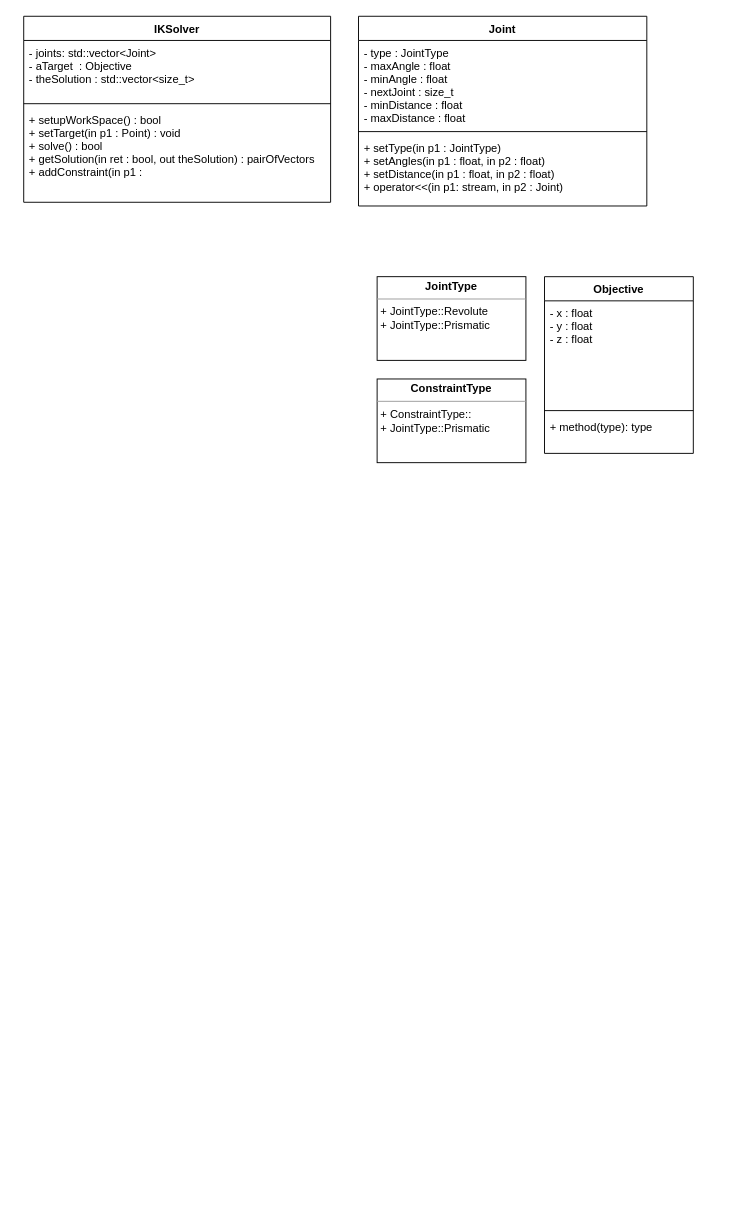
Earlier version of the draw.io diagram UMLDiagrams/test.drawio (JameelJamous/MyIKSolver). Source tidied: cells renumbered, new cells numbered last; positions are measured from the earlier drawing's top-left corner, leaving out a move shared by most shapes. Both pictures are drawn from the tidied source at 93%, with x=0, y=0 at pixel (23, 16).
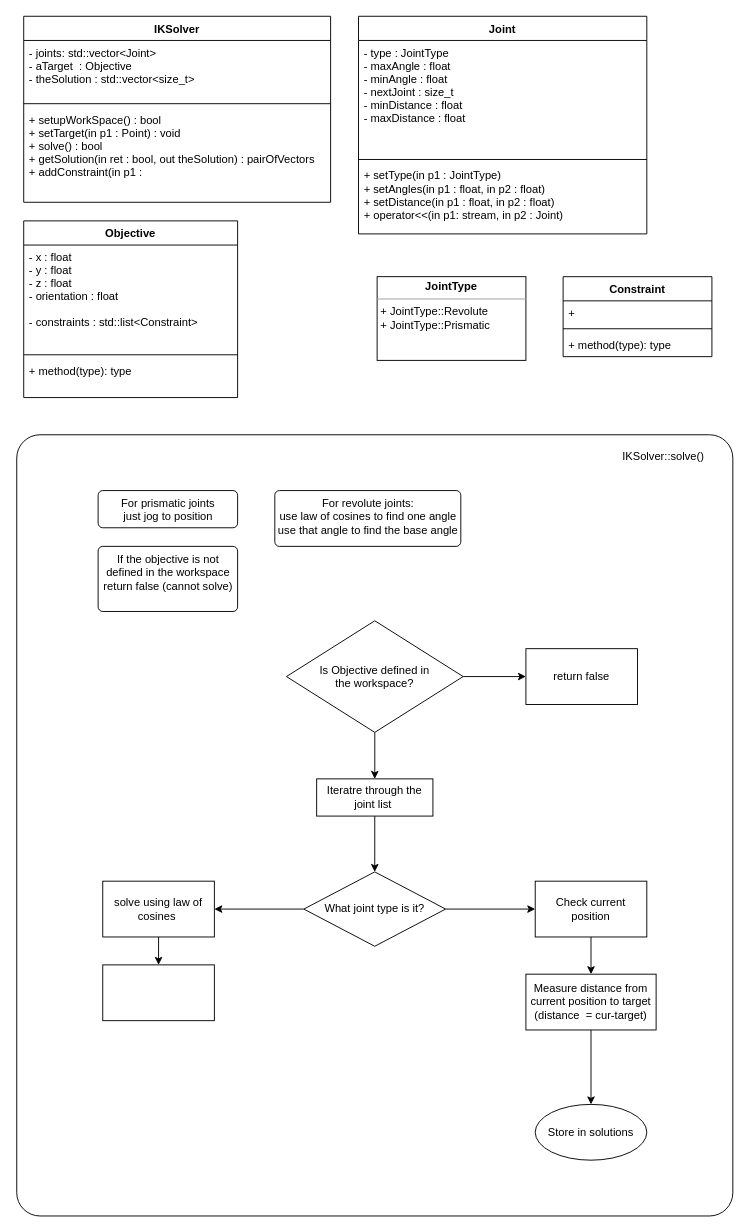
Above is the later version.

Commit message:
added solve algorithm

What changed in the source:
```diff
@@
     <mxCell id="6" value="Joint&#10;" style="swimlane;fontStyle=1;align=center;verticalAlign=top;horizontal=1;startSize=26;" parent="1" vertex="1">
-      <mxGeometry x="360" width="310" height="204" as="geometry" />
+      <mxGeometry x="360" width="310" height="234" as="geometry" />
     </mxCell>
     <mxCell id="7" value="- type : JointType&#10;- maxAngle : float&#10;- minAngle : float&#10;- nextJoint : size_t &#10;- minDistance : float&#10;- maxDistance : float" style="text;strokeColor=none;fillColor=none;align=left;verticalAlign=top;spacingLeft=4;spacingRight=4;overflow=hidden;" parent="6" vertex="1">
-      <mxGeometry y="26" width="310" height="94" as="geometry" />
+      <mxGeometry y="26" width="310" height="124" as="geometry" />
     </mxCell>
     <mxCell id="8" style="line;strokeWidth=1;fillColor=none;align=left;verticalAlign=middle;spacingTop=-1;spacingLeft=3;spacingRight=3;labelPosition=right;" parent="6" vertex="1">
-      <mxGeometry y="120" width="310" height="8" as="geometry" />
+      <mxGeometry y="150" width="310" height="8" as="geometry" />
     </mxCell>
     <mxCell id="9" value="+ setType(in p1 : JointType)&#10;+ setAngles(in p1 : float, in p2 : float)&#10;+ setDistance(in p1 : float, in p2 : float)&#10;+ operator&lt;&lt;(in p1: stream, in p2 : Joint) " style="text;strokeColor=none;fillColor=none;align=left;verticalAlign=top;spacingLeft=4;spacingRight=4;overflow=hidden;" parent="6" vertex="1">
-      <mxGeometry y="128" width="310" height="76" as="geometry" />
+      <mxGeometry y="158" width="310" height="76" as="geometry" />
     </mxCell>
     <mxCell id="10" value="Objective" style="swimlane;fontStyle=1;align=center;verticalAlign=top;horizontal=1;startSize=26;" parent="1" vertex="1">
-      <mxGeometry x="560" y="280" width="160" height="190" as="geometry" />
+      <mxGeometry y="220" width="230" height="190" as="geometry" />
     </mxCell>
-    <mxCell id="11" value="- x : float&#10;- y : float&#10;- z : float &#10;" style="text;strokeColor=none;fillColor=none;align=left;verticalAlign=top;spacingLeft=4;spacingRight=4;overflow=hidden;" parent="10" vertex="1">
-      <mxGeometry y="26" width="160" height="114" as="geometry" />
+    <mxCell id="11" value="- x : float&#10;- y : float&#10;- z : float &#10;- orientation : float&#10;&#10;- constraints : std::list&lt;Constraint&gt;" style="text;strokeColor=none;fillColor=none;align=left;verticalAlign=top;spacingLeft=4;spacingRight=4;overflow=hidden;" parent="10" vertex="1">
+      <mxGeometry y="26" width="230" height="114" as="geometry" />
     </mxCell>
     <mxCell id="12" style="line;strokeWidth=1;fillColor=none;align=left;verticalAlign=middle;spacingTop=-1;spacingLeft=3;spacingRight=3;labelPosition=right;" parent="10" vertex="1">
-      <mxGeometry y="140" width="160" height="8" as="geometry" />
+      <mxGeometry y="140" width="230" height="8" as="geometry" />
     </mxCell>
     <mxCell id="13" value="+ method(type): type" style="text;strokeColor=none;fillColor=none;align=left;verticalAlign=top;spacingLeft=4;spacingRight=4;overflow=hidden;" parent="10" vertex="1">
-      <mxGeometry y="148" width="160" height="42" as="geometry" />
+      <mxGeometry y="148" width="230" height="42" as="geometry" />
     </mxCell>
@@
-    <mxCell id="15" value="&lt;p style=&quot;margin: 0px ; margin-top: 4px ; text-align: center&quot;&gt;&lt;b&gt;ConstraintType&lt;/b&gt;&lt;/p&gt;&lt;hr size=&quot;1&quot;&gt;&lt;p style=&quot;margin: 0px ; margin-left: 4px&quot;&gt;+ ConstraintType::&lt;/p&gt;&lt;p style=&quot;margin: 0px ; margin-left: 4px&quot;&gt;&lt;span&gt;+ JointType::Prismatic&lt;/span&gt;&lt;/p&gt;&lt;p style=&quot;margin: 0px ; margin-left: 4px&quot;&gt;&lt;br&gt;&lt;/p&gt;" style="verticalAlign=top;align=left;overflow=fill;fontSize=12;fontFamily=Helvetica;html=1;" parent="1" vertex="1">
-      <mxGeometry x="380" y="390" width="160" height="90" as="geometry" />
+    <mxCell id="15" value="Constraint" style="swimlane;fontStyle=1;align=center;verticalAlign=top;horizontal=1;startSize=26;" parent="1" vertex="1">
+      <mxGeometry x="580" y="280" width="160" height="86" as="geometry" />
     </mxCell>
+    <mxCell id="16" value="+ " style="text;strokeColor=none;fillColor=none;align=left;verticalAlign=top;spacingLeft=4;spacingRight=4;overflow=hidden;" parent="15" vertex="1">
+      <mxGeometry y="26" width="160" height="26" as="geometry" />
+    </mxCell>
+    <mxCell id="17" style="line;strokeWidth=1;fillColor=none;align=left;verticalAlign=middle;spacingTop=-1;spacingLeft=3;spacingRight=3;labelPosition=right;" parent="15" vertex="1">
+      <mxGeometry y="52" width="160" height="8" as="geometry" />
+    </mxCell>
+    <mxCell id="18" value="+ method(type): type" style="text;strokeColor=none;fillColor=none;align=left;verticalAlign=top;spacingLeft=4;spacingRight=4;overflow=hidden;" parent="15" vertex="1">
+      <mxGeometry y="60" width="160" height="26" as="geometry" />
+    </mxCell>
+    <mxCell id="19" value="IKSolver::solve()" style="html=1;align=right;verticalAlign=top;rounded=1;absoluteArcSize=1;arcSize=50;dashed=0;spacingTop=10;spacingRight=30;" parent="1" vertex="1">
+      <mxGeometry x="-7.5" y="450" width="770" height="840" as="geometry" />
+    </mxCell>
+    <mxCell id="20" value="For prismatic joints&lt;br&gt;just jog to position" style="html=1;align=center;verticalAlign=top;rounded=1;absoluteArcSize=1;arcSize=10;dashed=0;" parent="1" vertex="1">
+      <mxGeometry x="80" y="510" width="150" height="40" as="geometry" />
+    </mxCell>
+    <mxCell id="21" value="For revolute joints:&lt;br&gt;use law of cosines to find one angle&lt;br&gt;use that angle to find the base angle&lt;br&gt;" style="html=1;align=center;verticalAlign=top;rounded=1;absoluteArcSize=1;arcSize=10;dashed=0;" parent="1" vertex="1">
+      <mxGeometry x="270" y="510" width="200" height="60" as="geometry" />
+    </mxCell>
+    <mxCell id="22" value="If the objective is not&lt;br&gt;defined in the workspace&lt;br&gt;return false (cannot solve)" style="html=1;align=center;verticalAlign=top;rounded=1;absoluteArcSize=1;arcSize=10;dashed=0;" parent="1" vertex="1">
+      <mxGeometry x="80" y="570" width="150" height="70" as="geometry" />
+    </mxCell>
+    <mxCell id="23" style="edgeStyle=none;html=1;" parent="1" edge="1" source="25" target="27">
+      <mxGeometry relative="1" as="geometry" />
+    </mxCell>
+    <mxCell id="24" style="edgeStyle=none;html=1;" parent="1" edge="1" source="25" target="28">
+      <mxGeometry relative="1" as="geometry" />
+    </mxCell>
+    <mxCell id="25" value="Is Objective defined in&#10;the workspace?" style="rhombus;" parent="1" vertex="1">
+      <mxGeometry x="282.5" y="650" width="190" height="120" as="geometry" />
+    </mxCell>
+    <mxCell id="26" style="edgeStyle=none;html=1;" parent="1" edge="1" source="27" target="31">
+      <mxGeometry relative="1" as="geometry" />
+    </mxCell>
+    <mxCell id="27" value="Iteratre through the joint list&amp;nbsp;" style="whiteSpace=wrap;html=1;" parent="1" vertex="1">
+      <mxGeometry x="315" y="820" width="125" height="40" as="geometry" />
+    </mxCell>
+    <mxCell id="28" value="return false" style="whiteSpace=wrap;html=1;" parent="1" vertex="1">
+      <mxGeometry x="540" y="680" width="120" height="60" as="geometry" />
+    </mxCell>
+    <mxCell id="29" style="edgeStyle=none;html=1;" parent="1" edge="1" source="31" target="33">
+      <mxGeometry relative="1" as="geometry" />
+    </mxCell>
+    <mxCell id="30" style="edgeStyle=none;html=1;" parent="1" edge="1" source="31" target="35">
+      <mxGeometry relative="1" as="geometry" />
+    </mxCell>
+    <mxCell id="31" value="What joint type is it?" style="rhombus;whiteSpace=wrap;html=1;" parent="1" vertex="1">
+      <mxGeometry x="301.2" y="920" width="152.5" height="80" as="geometry" />
+    </mxCell>
+    <mxCell id="32" style="edgeStyle=none;html=1;" parent="1" edge="1" source="33" target="37">
+      <mxGeometry relative="1" as="geometry" />
+    </mxCell>
+    <mxCell id="33" value="Check current position" style="whiteSpace=wrap;html=1;" parent="1" vertex="1">
+      <mxGeometry x="550" y="930" width="120" height="60" as="geometry" />
+    </mxCell>
+    <mxCell id="34" style="edgeStyle=none;html=1;" parent="1" edge="1" source="35" target="39">
+      <mxGeometry relative="1" as="geometry" />
+    </mxCell>
+    <mxCell id="35" value="solve using law of cosines&amp;nbsp;" style="whiteSpace=wrap;html=1;" parent="1" vertex="1">
+      <mxGeometry x="85" y="930" width="120" height="60" as="geometry" />
+    </mxCell>
+    <mxCell id="36" style="edgeStyle=none;html=1;" parent="1" edge="1" source="37" target="38">
+      <mxGeometry relative="1" as="geometry" />
+    </mxCell>
+    <mxCell id="37" value="Measure distance from current position to target &lt;br&gt;(distance&amp;nbsp; = cur-target)" style="whiteSpace=wrap;html=1;" parent="1" vertex="1">
+      <mxGeometry x="540" y="1030" width="140" height="60" as="geometry" />
+    </mxCell>
+    <mxCell id="38" value="Store in solutions" style="ellipse;whiteSpace=wrap;html=1;" parent="1" vertex="1">
+      <mxGeometry x="550" y="1170" width="120" height="60" as="geometry" />
+    </mxCell>
+    <mxCell id="39" style="whiteSpace=wrap;html=1;" parent="1" vertex="1">
+      <mxGeometry x="85" y="1020" width="120" height="60" as="geometry" />
+    </mxCell>
```
